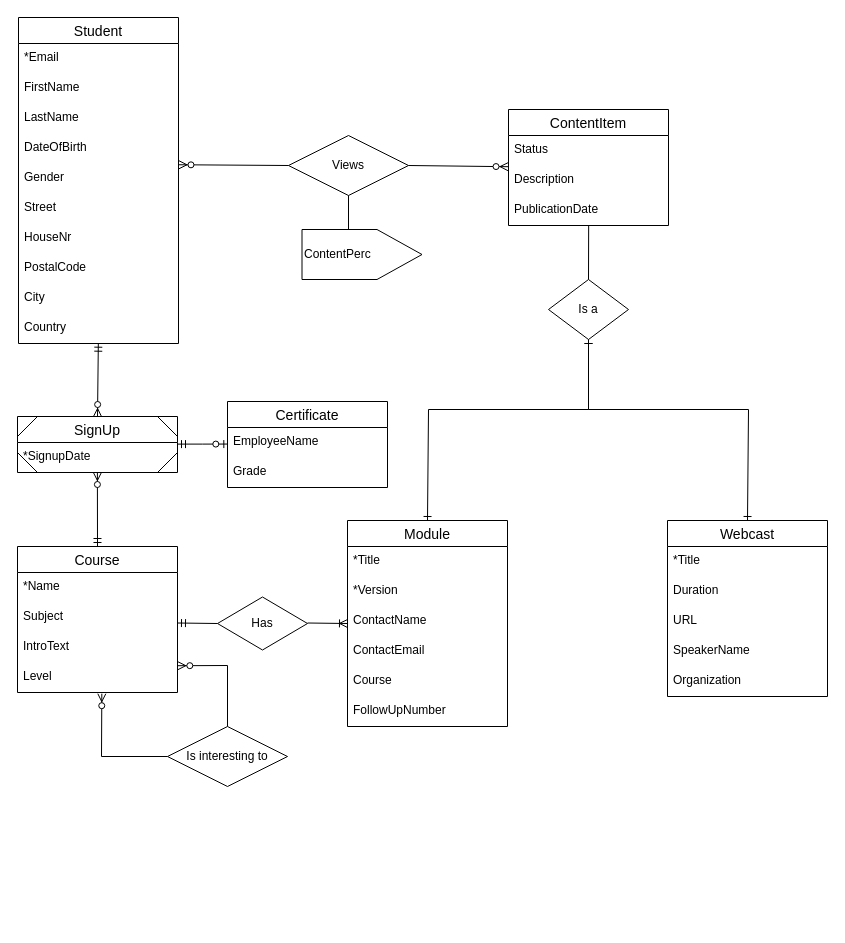
Above: page "ERD" (2 of 2) of Diagrams/Class Diagram en ERD Improved.drawio in TeaDrinkingProgrammer/MRLS-programmeren2 (draw.io), before the change. Source tidied: cells renumbered, new cells numbered last; positions are measured from the earlier drawing's top-left corner, leaving out a move shared by most shapes. Both pictures are drawn from the tidied source at 100%, with x=0, y=0 at pixel (17, 17).
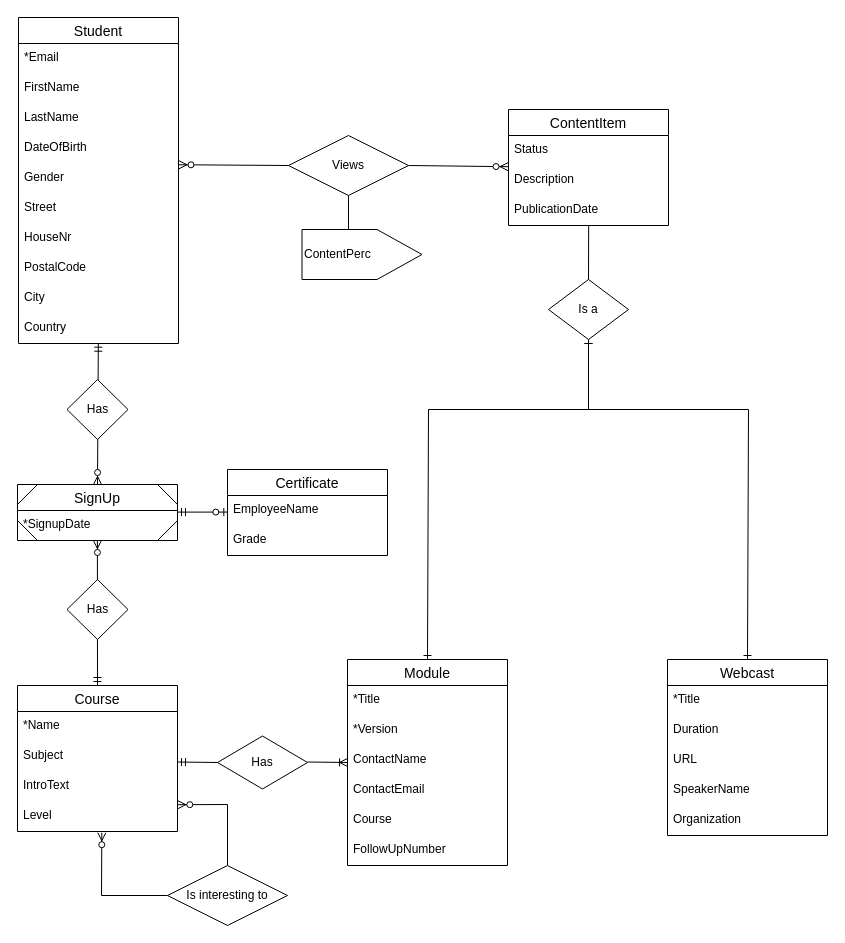
After the change.

Unchanged cells that the change refers to:
```xml
<mxCell id="26" value="IntroText" style="text;strokeColor=none;fillColor=none;spacingLeft=4;spacingRight=4;overflow=hidden;points=[[0,0.5],[1,0.5]];portConstraint=eastwest;fontSize=12;" parent="23" vertex="1">
  <mxGeometry y="86" width="160" height="30" as="geometry" />
</mxCell>
<mxCell id="27" value="Level" style="text;strokeColor=none;fillColor=none;spacingLeft=4;spacingRight=4;overflow=hidden;points=[[0,0.5],[1,0.5]];portConstraint=eastwest;fontSize=12;" parent="23" vertex="1">
  <mxGeometry y="116" width="160" height="30" as="geometry" />
</mxCell>
<mxCell id="59" value="EmployeeName" style="text;strokeColor=none;fillColor=none;spacingLeft=4;spacingRight=4;overflow=hidden;points=[[0,0.5],[1,0.5]];portConstraint=eastwest;fontSize=12;" parent="58" vertex="1">
  <mxGeometry y="26" width="160" height="30" as="geometry" />
</mxCell>
```

The edit, as a diff of the source:
```diff
@@
     <mxCell id="6" value="Module" style="swimlane;fontStyle=0;horizontal=1;startSize=26;align=center;fontSize=14;" parent="1" vertex="1">
-      <mxGeometry x="330" y="503" width="160" height="206" as="geometry" />
+      <mxGeometry x="330" y="642" width="160" height="206" as="geometry" />
     </mxCell>
@@
     <mxCell id="13" value="Webcast" style="swimlane;fontStyle=0;horizontal=1;startSize=26;align=center;fontSize=14;" parent="1" vertex="1">
-      <mxGeometry x="650" y="503" width="160" height="176" as="geometry" />
+      <mxGeometry x="650" y="642" width="160" height="176" as="geometry" />
     </mxCell>
@@
     <mxCell id="23" value="Course" style="swimlane;fontStyle=0;horizontal=1;startSize=26;align=center;fontSize=14;" parent="1" vertex="1">
-      <mxGeometry y="529" width="160" height="146" as="geometry" />
+      <mxGeometry y="668" width="160" height="146" as="geometry" />
     </mxCell>
@@
     <mxCell id="28" value="Has" style="shape=rhombus;perimeter=rhombusPerimeter;whiteSpace=wrap;html=1;align=center;" parent="1" vertex="1">
-      <mxGeometry x="200" y="579.5" width="90" height="53" as="geometry" />
+      <mxGeometry x="200" y="718.5" width="90" height="53" as="geometry" />
     </mxCell>
     <mxCell id="29" style="endArrow=ERoneToMany;html=1;rounded=0;endFill=0;" parent="1" edge="1">
       <mxGeometry relative="1" as="geometry">
-        <mxPoint x="290" y="605.5" as="sourcePoint" />
-        <mxPoint x="330" y="606" as="targetPoint" />
+        <mxPoint x="290" y="744.5" as="sourcePoint" />
+        <mxPoint x="330" y="745" as="targetPoint" />
       </mxGeometry>
     </mxCell>
     <mxCell id="30" style="endArrow=none;html=1;rounded=0;startArrow=ERmandOne;startFill=0;" parent="1" edge="1">
       <mxGeometry relative="1" as="geometry">
-        <mxPoint x="160" y="605.5" as="sourcePoint" />
-        <mxPoint x="200" y="606" as="targetPoint" />
+        <mxPoint x="160" y="744.5" as="sourcePoint" />
+        <mxPoint x="200" y="745" as="targetPoint" />
       </mxGeometry>
     </mxCell>
@@
     <mxCell id="46" style="endArrow=ERzeroToMany;html=1;rounded=0;startArrow=ERmandOne;startFill=0;endFill=1;exitX=0.5;exitY=0;exitDx=0;exitDy=0;" parent="1" edge="1" source="23">
       <mxGeometry relative="1" as="geometry">
-        <mxPoint x="79.9" y="455" as="targetPoint" />
+        <mxPoint x="79.9" y="523" as="targetPoint" />
       </mxGeometry>
     </mxCell>
     <mxCell id="47" value="Is interesting to" style="shape=rhombus;perimeter=rhombusPerimeter;whiteSpace=wrap;html=1;align=center;" parent="1" vertex="1">
-      <mxGeometry x="150" y="709" width="120" height="60" as="geometry" />
+      <mxGeometry x="150" y="848" width="120" height="60" as="geometry" />
     </mxCell>
     <mxCell id="48" style="endArrow=ERzeroToMany;html=1;rounded=0;exitX=0;exitY=0.5;exitDx=0;exitDy=0;entryX=0.527;entryY=1.04;entryDx=0;entryDy=0;entryPerimeter=0;startArrow=none;startFill=0;endFill=1;" parent="1" edge="1" source="47" target="27">
       <mxGeometry relative="1" as="geometry">
         <Array as="points">
-          <mxPoint x="84" y="739" />
+          <mxPoint x="84" y="878" />
         </Array>
       </mxGeometry>
     </mxCell>
     <mxCell id="49" style="endArrow=none;html=1;rounded=0;entryX=0.5;entryY=0;entryDx=0;entryDy=0;exitX=1.002;exitY=1.107;exitDx=0;exitDy=0;exitPerimeter=0;startArrow=ERzeroToMany;startFill=1;" parent="1" edge="1" source="26" target="47">
       <mxGeometry relative="1" as="geometry">
         <Array as="points">
-          <mxPoint x="210" y="648" />
+          <mxPoint x="210" y="787" />
         </Array>
       </mxGeometry>
     </mxCell>
@@
     <mxCell id="51" style="edgeStyle=orthogonalEdgeStyle;rounded=0;jettySize=auto;html=1;endArrow=ERzeroToOne;endFill=1;startArrow=ERmandOne;startFill=0;entryX=0.002;entryY=0.552;entryDx=0;entryDy=0;entryPerimeter=0;" parent="1" edge="1" source="52" target="59">
       <mxGeometry relative="1" as="geometry">
         <Array as="points">
-          <mxPoint x="185" y="427" />
+          <mxPoint x="185" y="495" />
         </Array>
       </mxGeometry>
     </mxCell>
     <mxCell id="52" value="SignUp" style="swimlane;fontStyle=0;horizontal=1;startSize=26;align=center;fontSize=14;" parent="1" vertex="1">
-      <mxGeometry y="399" width="160" height="56" as="geometry" />
+      <mxGeometry y="467" width="160" height="56" as="geometry" />
     </mxCell>
@@
     <mxCell id="58" value="Certificate" style="swimlane;fontStyle=0;horizontal=1;startSize=26;align=center;fontSize=14;" parent="1" vertex="1">
-      <mxGeometry x="210" y="384" width="160" height="86" as="geometry" />
+      <mxGeometry x="210" y="452" width="160" height="86" as="geometry" />
     </mxCell>
@@
+    <mxCell id="62" value="Has" style="rhombus;whiteSpace=wrap;html=1;" parent="1" vertex="1">
+      <mxGeometry x="49.5" y="562" width="61" height="60" as="geometry" />
+    </mxCell>
+    <mxCell id="63" value="Has" style="rhombus;whiteSpace=wrap;html=1;" parent="1" vertex="1">
+      <mxGeometry x="49.5" y="362" width="61" height="60" as="geometry" />
+    </mxCell>
```
